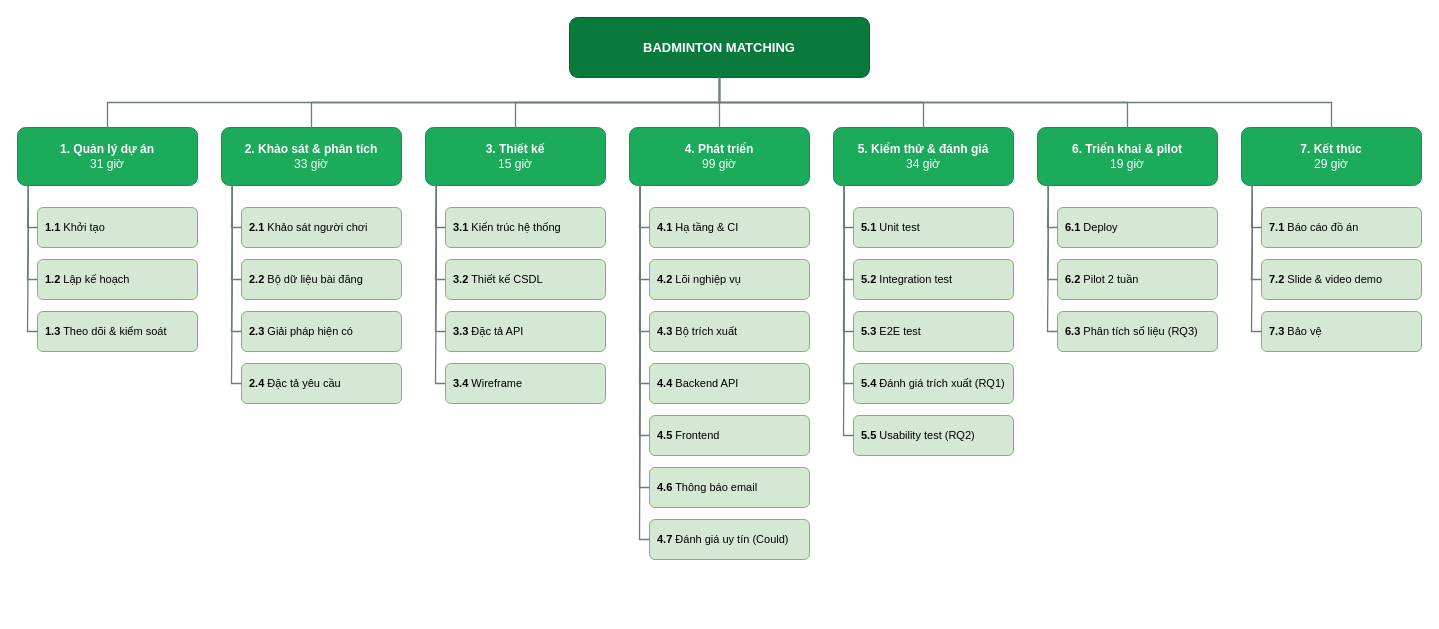
DucManh300905/Badminton-Matching keeps this draw.io diagram as docs/diagrams/wbs-tong-quan.drawio. Above is the earlier version. Source tidied: cells renumbered, new cells numbered last; positions are measured from the earlier drawing's top-left corner, leaving out a move shared by most shapes. Both pictures are drawn from the tidied source at 100%, with x=0, y=0 at pixel (17, 17).
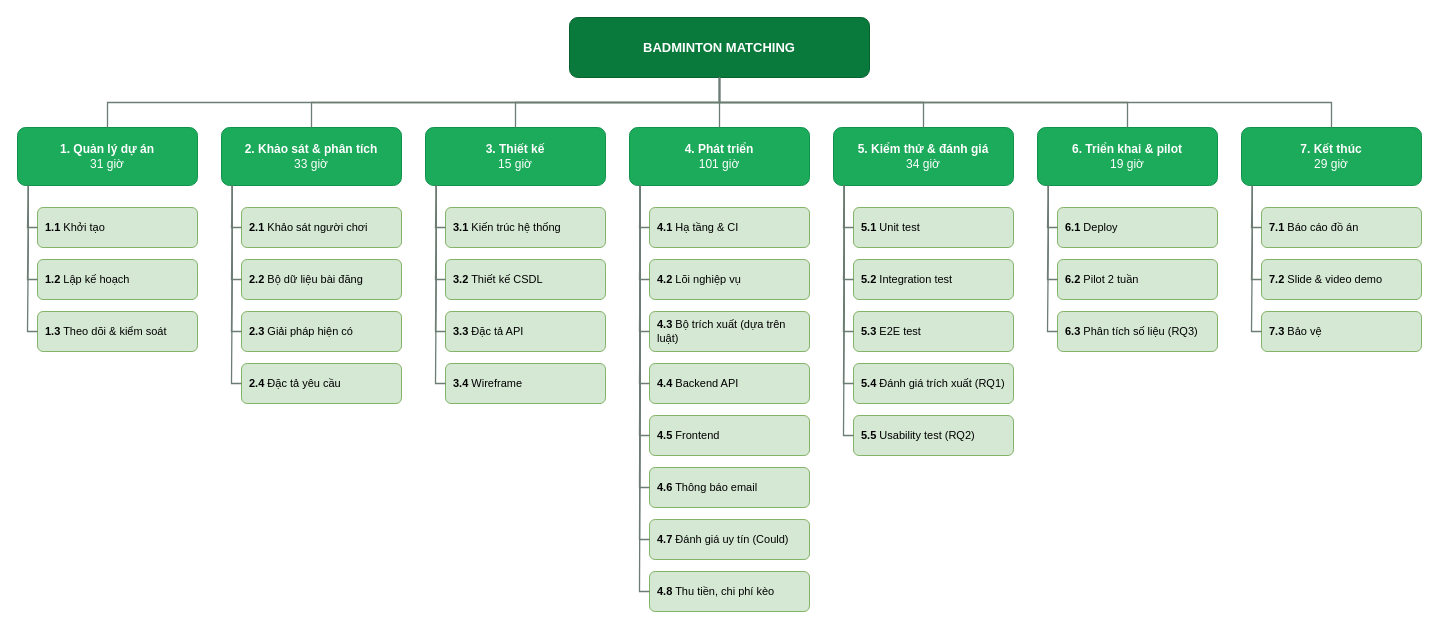
Above is the later version.

Diff of the diagram source:
```diff
@@
-    <mxCell id="17" value="&lt;b&gt;4. Phát triển&lt;/b&gt;&lt;br&gt;99 giờ" style="rounded=1;arcSize=14;whiteSpace=wrap;html=1;fillColor=#1caa5b;strokeColor=#11924c;fontColor=#ffffff;fontSize=12;fontFamily=Helvetica;verticalAlign=middle;spacingLeft=6;spacingRight=6;" parent="1" vertex="1">
+    <mxCell id="17" value="&lt;b&gt;4. Phát triển&lt;/b&gt;&lt;br&gt;101 giờ" style="rounded=1;arcSize=14;whiteSpace=wrap;html=1;fillColor=#1caa5b;strokeColor=#11924c;fontColor=#ffffff;fontSize=12;fontFamily=Helvetica;verticalAlign=middle;spacingLeft=6;spacingRight=6;" parent="1" vertex="1">
       <mxGeometry x="612" y="110" width="180" height="58" as="geometry" />
     </mxCell>
@@
-    <mxCell id="20" value="&lt;b&gt;4.3&lt;/b&gt; Bộ trích xuất" style="rounded=1;arcSize=14;whiteSpace=wrap;html=1;fillColor=#d5e8d4;strokeColor=#82b366;fontSize=11;fontFamily=Helvetica;verticalAlign=middle;spacingLeft=6;spacingRight=6;align=left;" parent="1" vertex="1">
+    <mxCell id="20" value="&lt;b&gt;4.3&lt;/b&gt; Bộ trích xuất (dựa trên luật)" style="rounded=1;arcSize=14;whiteSpace=wrap;html=1;fillColor=#d5e8d4;strokeColor=#82b366;fontSize=11;fontFamily=Helvetica;verticalAlign=middle;spacingLeft=6;spacingRight=6;align=left;" parent="1" vertex="1">
       <mxGeometry x="632" y="294" width="160" height="40" as="geometry" />
     </mxCell>
@@
+    <mxCell id="75" value="&lt;b&gt;4.8&lt;/b&gt; Thu tiền, chi phí kèo" style="rounded=1;arcSize=14;whiteSpace=wrap;html=1;fillColor=#d5e8d4;strokeColor=#82b366;fontSize=11;fontFamily=Helvetica;verticalAlign=middle;spacingLeft=6;spacingRight=6;align=left;" parent="1" vertex="1">
+      <mxGeometry x="632" y="554" width="160" height="40" as="geometry" />
+    </mxCell>
+    <mxCell id="76" style="edgeStyle=orthogonalEdgeStyle;rounded=0;html=1;endArrow=none;strokeColor=#6c7d74;strokeWidth=1.3;exitX=0.06;exitY=1;exitDx=0;exitDy=0;entryX=0;entryY=0.5;entryDx=0;entryDy=0;" parent="1" edge="1" source="17" target="75">
+      <mxGeometry relative="1" as="geometry" />
+    </mxCell>
```
